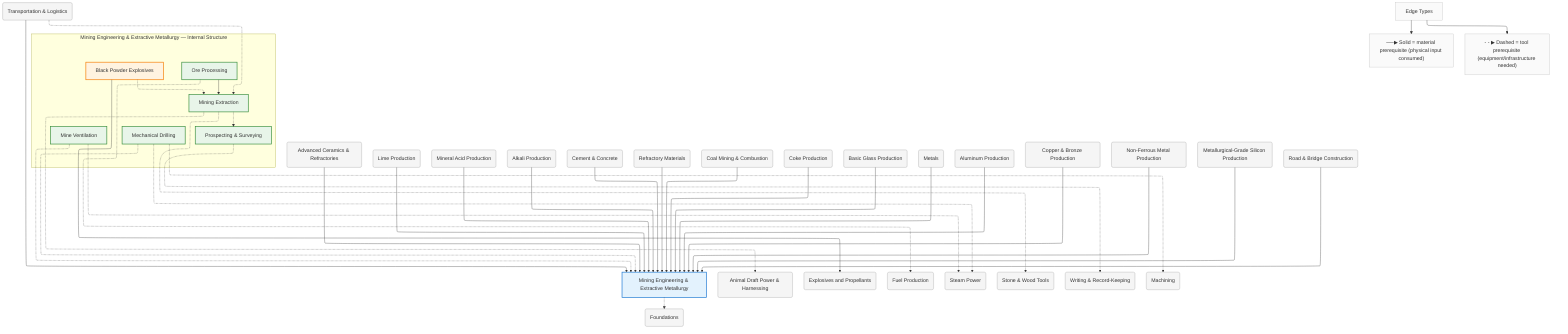
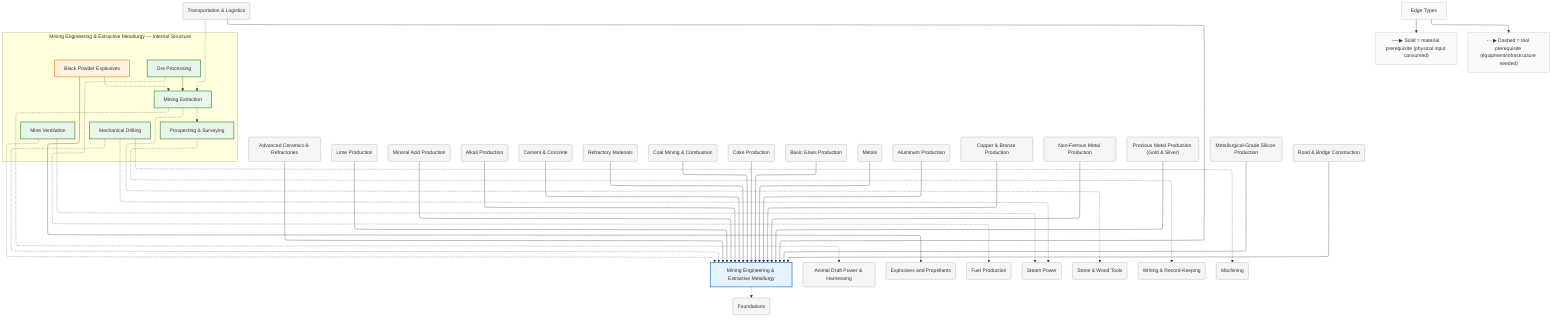
%%{init: {"flowchart": {"defaultRenderer": "elk", "htmlLabels": true}}}%%
graph TD
    %% Domain: Mining Engineering & Extractive Metallurgy

    %% ==================== INTERNAL NODES ====================
    subgraph mining_internal ["Mining Engineering & Extractive Metallurgy — Internal Structure"]
        direction TB
        mining_extraction["Mining Extraction"]
        mining_processing["Ore Processing"]
        mining_prospecting["Prospecting & Surveying"]
        mining_extraction_black-powder["Black Powder Explosives"]
        mining_drilling["Mechanical Drilling"]
        mining_ventilation["Mine Ventilation"]
    end

    %% ==================== DOMAIN NODE ====================
    mining["Mining Engineering & Extractive Metallurgy"]

    %% ==================== EXTERNAL DEPENDENCIES ====================
    animals_draft-power("Animal Draft Power & Harnessing")
    ceramics_advanced-ceramics("Advanced Ceramics & Refractories")
    ceramics_lime("Lime Production")
    chemistry_acids("Mineral Acid Production")
    chemistry_alkalis("Alkali Production")
    chemistry_cement("Cement & Concrete")
    chemistry_explosives("Explosives and Propellants")
    chemistry_refractories("Refractory Materials")
    energy_fuels("Fuel Production")
    energy_fuels_coal("Coal Mining & Combustion")
    energy_fuels_coke("Coke Production")
    energy_steam-power("Steam Power")
    foundations("Foundations")
    foundations_tools-basic("Stone & Wood Tools")
    glass_basic("Basic Glass Production")
    knowledge_writing("Writing & Record-Keeping")
    machine-tools_machining("Machining")
    metals("Metals")
    metals_aluminum("Aluminum Production")
    metals_copper-bronze("Copper & Bronze Production")
    metals_non-ferrous("Non-Ferrous Metal Production")
+     metals_precious-metals("Precious Metal Production (Gold & Silver)")
    silicon_mg-si-production("Metallurgical-Grade Silicon Production")
    transport("Transportation & Logistics")
    transport_roads("Road & Bridge Construction")

    %% ==================== EDGES ====================
    mining_extraction -.-> mining_prospecting
    mining_processing --> mining_extraction
    mining_extraction_black-powder -.-> mining_extraction
    mining_drilling -.-> mining
    mining_ventilation -.-> mining
    metals --> mining
    glass_basic --> mining
    energy_fuels_coal --> mining
    energy_fuels_coke --> mining
    chemistry_acids --> mining
    chemistry_alkalis --> mining
    chemistry_cement --> mining
    silicon_mg-si-production --> mining
    mining -.-> foundations
    transport --> mining
    mining_extraction -.-> foundations_tools-basic
    metals_copper-bronze --> mining
    mining_prospecting -.-> knowledge_writing
    mining_processing -.-> energy_fuels
    ceramics_lime --> mining
    transport_roads --> mining
    ceramics_advanced-ceramics --> mining
    mining_extraction_black-powder --> chemistry_explosives
    transport -.-> mining_extraction
    chemistry_refractories --> mining
    metals_aluminum --> mining
    metals_non-ferrous --> mining
    mining_extraction -.-> animals_draft-power
    mining_drilling -.-> energy_steam-power
    mining_drilling -.-> machine-tools_machining
    mining_ventilation -.-> energy_steam-power
+     metals_precious-metals --> mining

    %% ==================== EDGE TYPE LEGEND ====================
    EdgeLegend["Edge Types"]
    EdgeLegend --> MatNote["──▶ Solid = material prerequisite (physical input consumed)"]
    EdgeLegend --> ToolNote["- - ▶ Dashed = tool prerequisite (equipment/infrastructure needed)"]

    %% ==================== STYLING ====================
    classDef domain fill:#e3f2fd,stroke:#1976d2,stroke-width:2px
    classDef capability fill:#e8f5e9,stroke:#388e3c,stroke-width:2px
    classDef process fill:#fff3e0,stroke:#f57c00,stroke-width:2px
    classDef critical fill:#fff3e0,stroke:#f57c00,stroke-width:3px
    classDef earlyWin fill:#e8f5e9,stroke:#388e3c,stroke-width:3px
    classDef pinnacle fill:#fce4ec,stroke:#c62828,stroke-width:3px
    classDef external fill:#f5f5f5,stroke:#9e9e9e,stroke-width:1px
    classDef legend fill:#fafafa,stroke:#bdbdbd,stroke-width:1px
    class mining domain
    class mining_extraction capability
    class mining_processing capability
    class mining_prospecting capability
    class mining_extraction_black-powder process
    class mining_drilling capability
    class mining_ventilation capability
    class animals_draft-power external
    class ceramics_advanced-ceramics external
    class ceramics_lime external
    class chemistry_acids external
    class chemistry_alkalis external
    class chemistry_cement external
    class chemistry_explosives external
    class chemistry_refractories external
    class energy_fuels external
    class energy_fuels_coal external
    class energy_fuels_coke external
    class energy_steam-power external
    class foundations external
    class foundations_tools-basic external
    class glass_basic external
    class knowledge_writing external
    class machine-tools_machining external
    class metals external
    class metals_aluminum external
    class metals_copper-bronze external
    class metals_non-ferrous external
+     class metals_precious-metals external
    class silicon_mg-si-production external
    class transport external
    class transport_roads external
    class EdgeLegend,MatNote,ToolNote legend
